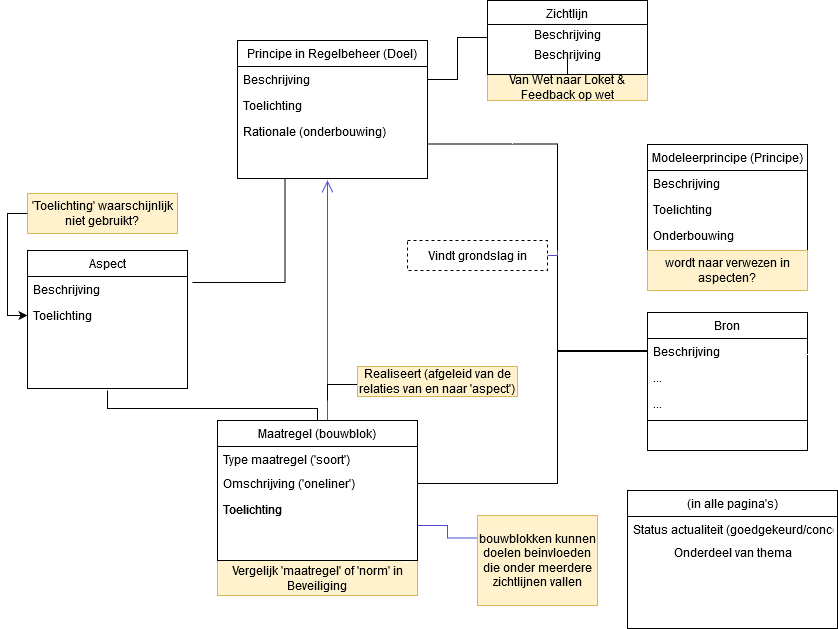
This is Regelbeheer kennismodel.png from djoris/nora, a draw.io export, as it was before one commit. Source tidied: cells renumbered, new cells last; positions are measured from the earlier drawing's top-left corner, leaving out a move shared by most shapes.
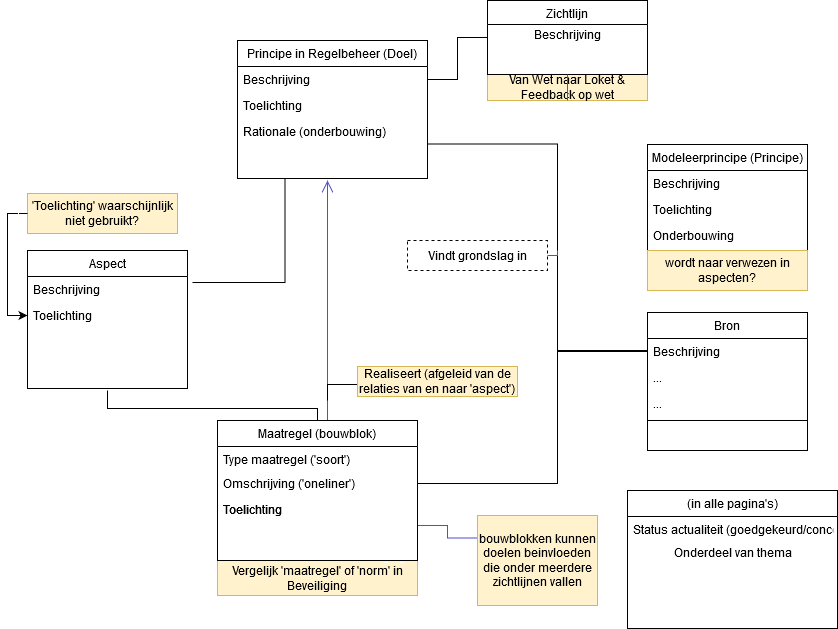
After the commit.

Change to the diagram source:
```diff
@@ -41,9 +41,6 @@
     <mxCell id="10" style="edgeStyle=orthogonalEdgeStyle;rounded=0;jettySize=auto;html=1;endArrow=none;endFill=0;strokeColor=#000000;" parent="1" edge="1" source="40" target="5">
       <mxGeometry relative="1" as="geometry" />
     </mxCell>
-    <mxCell id="11" style="edgeStyle=orthogonalEdgeStyle;rounded=0;jettySize=auto;html=1;endArrow=none;endFill=0;strokeColor=#000000;" parent="1" edge="1" source="12" target="40">
-      <mxGeometry relative="1" as="geometry" />
-    </mxCell>
     <mxCell id="12" value="Van Wet naar Loket &amp;amp; Feedback op wet" style="text;html=1;strokeColor=#d6b656;fillColor=#fff2cc;align=center;verticalAlign=middle;whiteSpace=wrap;rounded=0;" parent="1" vertex="1">
       <mxGeometry x="480" y="74" width="160" height="26" as="geometry" />
     </mxCell>
@@ -157,9 +154,6 @@
     <mxCell id="41" value="Beschrijving" style="text;html=1;align=center;verticalAlign=middle;" parent="40" vertex="1">
       <mxGeometry y="24" width="160" height="20" as="geometry" />
     </mxCell>
-    <mxCell id="42" value="Beschrijving" style="text;html=1;align=center;verticalAlign=middle;" parent="40" vertex="1">
-      <mxGeometry y="44" width="160" height="20" as="geometry" />
-    </mxCell>
     <mxCell id="43" value="(in alle pagina's)" style="swimlane;fontStyle=0;align=center;verticalAlign=top;horizontal=1;startSize=26;rounded=0;shadow=0;strokeWidth=1;" parent="1" vertex="1">
       <mxGeometry x="620" y="490" width="210" height="138" as="geometry" />
     </mxCell>
@@ -172,5 +166,8 @@
     <mxCell id="46" value="wordt naar verwezen in aspecten?" style="text;html=1;strokeColor=#d6b656;fillColor=#fff2cc;align=center;verticalAlign=middle;whiteSpace=wrap;rounded=0;" parent="1" vertex="1">
       <mxGeometry x="640" y="250" width="160" height="40" as="geometry" />
     </mxCell>
+    <mxCell id="47" style="edgeStyle=orthogonalEdgeStyle;rounded=0;orthogonalLoop=1;jettySize=auto;html=1;exitX=0.5;exitY=1;exitDx=0;exitDy=0;entryX=0.5;entryY=0;entryDx=0;entryDy=0;endArrow=none;endFill=0;strokeColor=#514CD4;" parent="1" edge="1" source="12" target="12">
+      <mxGeometry relative="1" as="geometry" />
+    </mxCell>
   </root>
 </mxGraphModel>
```
